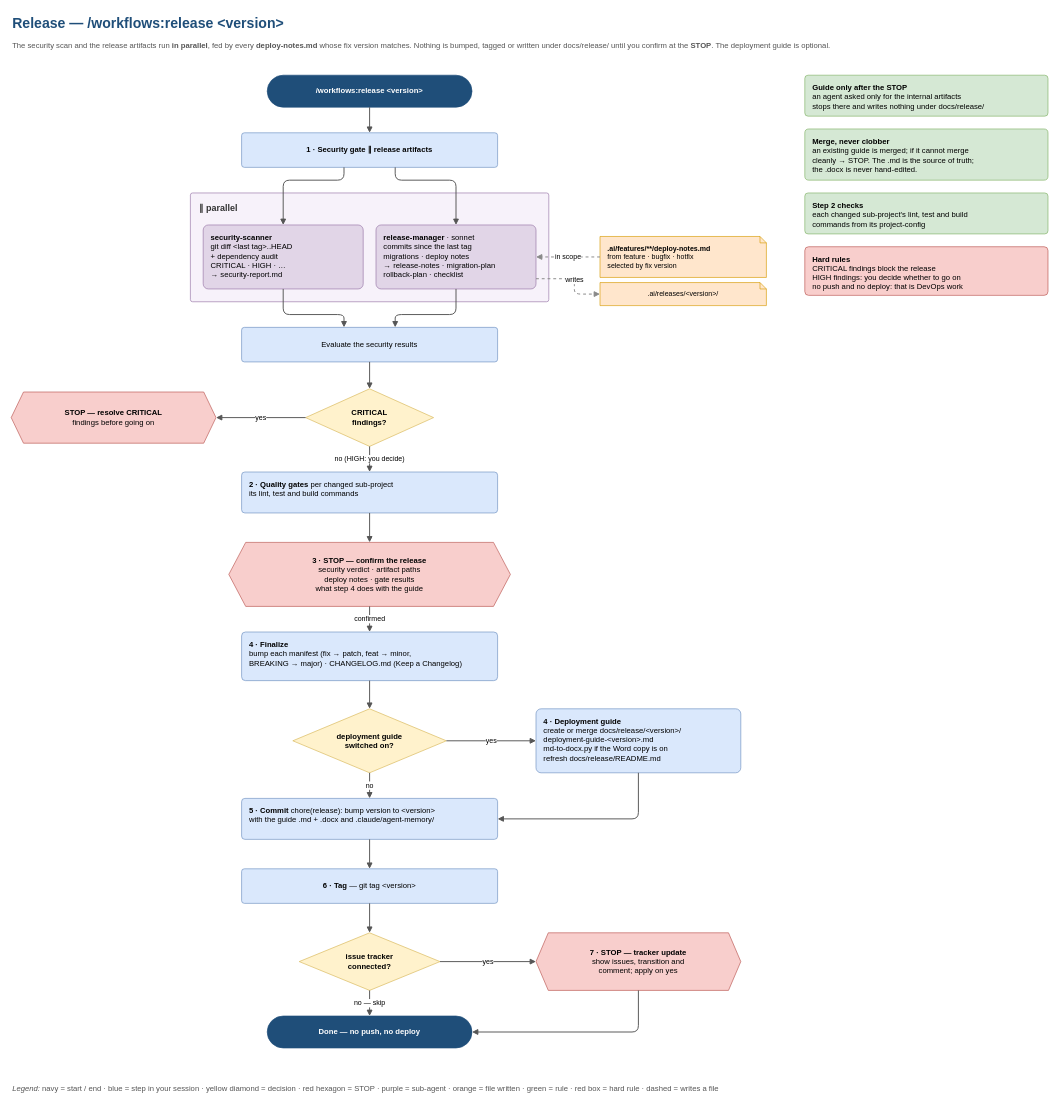
Earlier version of the draw.io diagram page "10 Release" (10 of 12) of docs/harness-docs/diagrams/ai-dev-harness/ai-dev-harness.drawio (absjabed/ai-dev-harness). Source tidied: cells renumbered, new cells numbered last; positions are measured from the earlier drawing's top-left corner, leaving out a move shared by most shapes. Both pictures are drawn from the tidied source at 64%, with x=0, y=0 at pixel (11, 11).
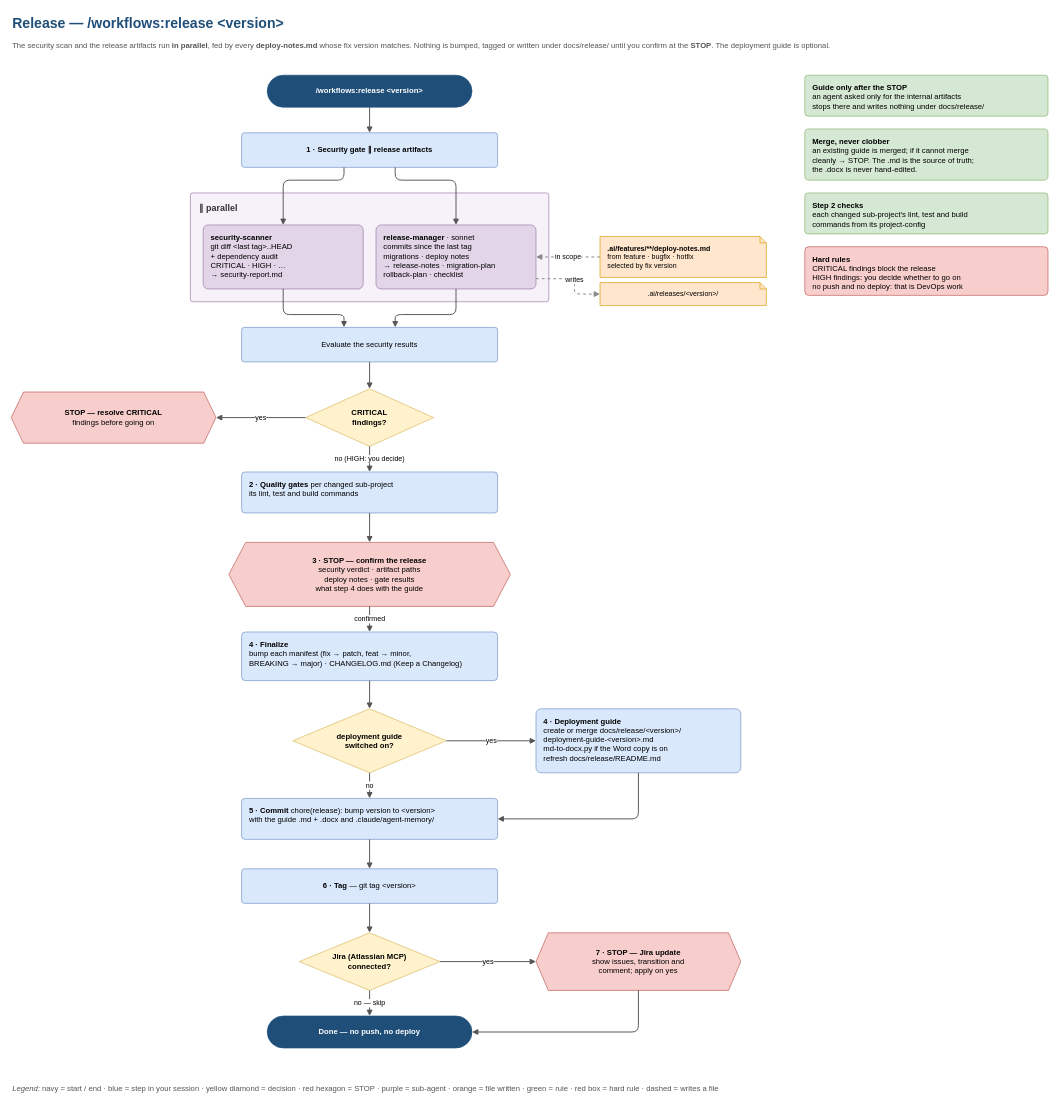
After the change.

Diff of the diagram source:
```diff
@@
-    <mxCell id="21" value="&lt;b&gt;issue tracker&lt;/b&gt;&lt;br&gt;&lt;b&gt;connected?&lt;/b&gt;" style="rhombus;fillColor=#fff2cc;strokeColor=#d6b656;fontSize=12;html=1;whiteSpace=wrap;fontFamily=Helvetica;" parent="1" vertex="1">
+    <mxCell id="21" value="&lt;b&gt;Jira (Atlassian MCP)&lt;/b&gt;&lt;br&gt;&lt;b&gt;connected?&lt;/b&gt;" style="rhombus;fillColor=#fff2cc;strokeColor=#d6b656;fontSize=12;html=1;whiteSpace=wrap;fontFamily=Helvetica;" parent="1" vertex="1">
       <mxGeometry x="450" y="1440" width="220" height="90" as="geometry" />
     </mxCell>
-    <mxCell id="22" value="&lt;b&gt;7 · STOP — tracker update&lt;/b&gt;&lt;br&gt;show issues, transition and&lt;br&gt;comment; apply on yes" style="shape=hexagon;perimeter=hexagonPerimeter2;size=0.06;fillColor=#f8cecc;strokeColor=#b85450;fontSize=12;html=1;whiteSpace=wrap;fontFamily=Helvetica;" parent="1" vertex="1">
+    <mxCell id="22" value="&lt;b&gt;7 · STOP — Jira update&lt;/b&gt;&lt;br&gt;show issues, transition and&lt;br&gt;comment; apply on yes" style="shape=hexagon;perimeter=hexagonPerimeter2;size=0.06;fillColor=#f8cecc;strokeColor=#b85450;fontSize=12;html=1;whiteSpace=wrap;fontFamily=Helvetica;" parent="1" vertex="1">
       <mxGeometry x="820" y="1440" width="320" height="90" as="geometry" />
     </mxCell>
```
